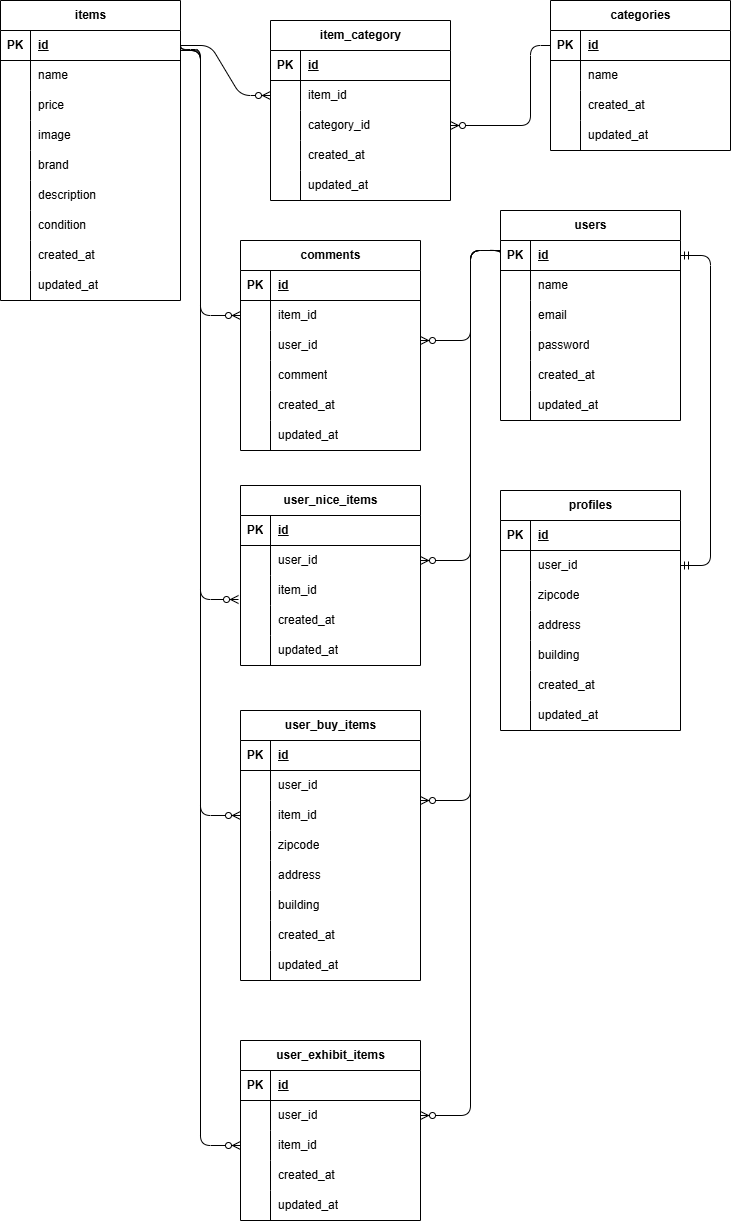
shinzawa/tsutomu-mogi1 keeps this draw.io diagram as ER.drawio.png. Above is the earlier version. Source tidied: cells renumbered, new cells last; positions are measured from the earlier drawing's top-left corner, leaving out a move shared by most shapes.
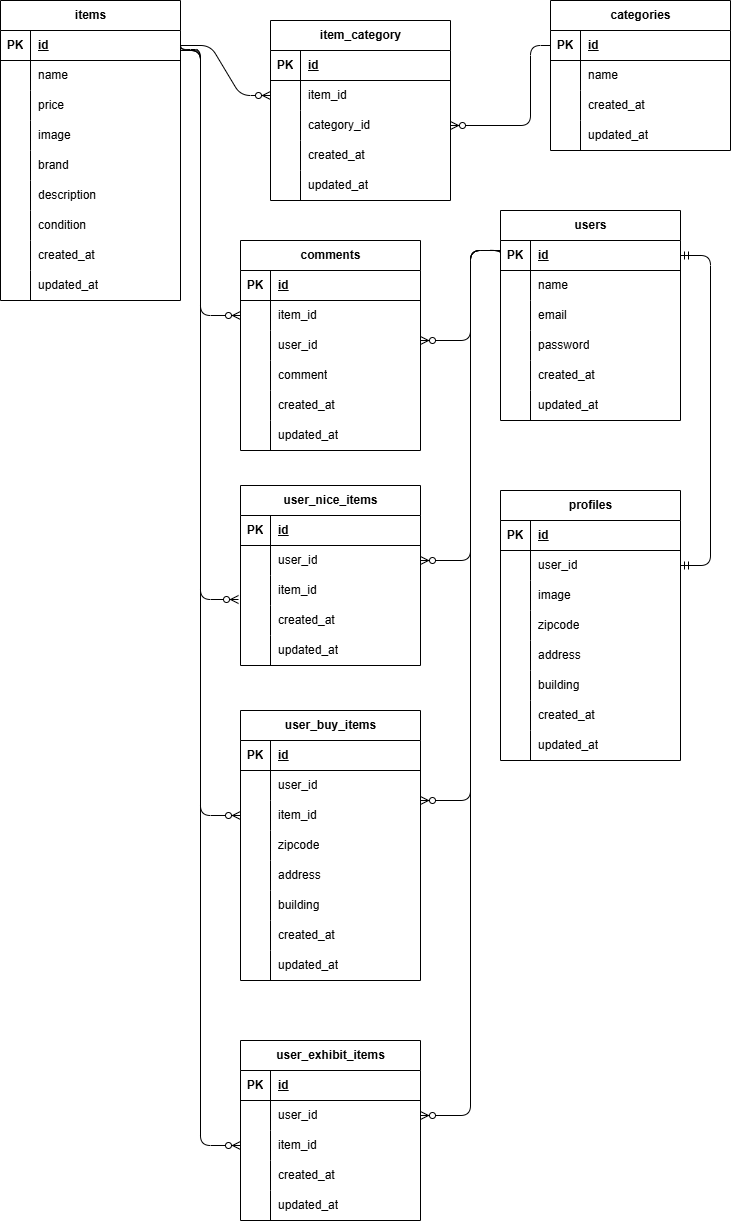
After the commit.

The edit, as a diff of the source:
```diff
@@ -242,7 +242,7 @@
       <mxGeometry x="30" width="150" height="30" as="geometry" />
     </mxCell>
     <mxCell id="80" value="profiles" style="shape=table;startSize=30;rowLines=0;fontStyle=1;align=center;html=1;" parent="1" vertex="1">
-      <mxGeometry x="500" y="490" width="180" height="240" as="geometry" />
+      <mxGeometry x="500" y="490" width="180" height="270" as="geometry" />
     </mxCell>
     <mxCell id="81" style="shape=tableRow;horizontal=0;startSize=0;swimlaneHead=0;swimlaneBody=0;fillColor=none;top=0;left=0;right=0;bottom=1;" parent="80" vertex="1">
       <mxGeometry y="30" width="180" height="30" as="geometry" />
@@ -268,45 +268,54 @@
     <mxCell id="88" style="shape=partialRectangle;fillColor=none;top=0;left=0;bottom=0;right=0;overflow=hidden;whiteSpace=wrap;html=1;" parent="87" vertex="1">
       <mxGeometry width="30" height="30" as="geometry" />
     </mxCell>
-    <mxCell id="89" value="zipcode" style="shape=partialRectangle;fillColor=none;top=0;left=0;bottom=0;right=0;align=left;spacingLeft=6;overflow=hidden;whiteSpace=wrap;html=1;" parent="87" vertex="1">
+    <mxCell id="89" value="image" style="shape=partialRectangle;fillColor=none;top=0;left=0;bottom=0;right=0;align=left;spacingLeft=6;overflow=hidden;whiteSpace=wrap;html=1;" parent="87" vertex="1">
       <mxGeometry x="30" width="150" height="30" as="geometry" />
     </mxCell>
-    <mxCell id="90" style="shape=tableRow;horizontal=0;startSize=0;swimlaneHead=0;swimlaneBody=0;fillColor=none;top=0;left=0;right=0;bottom=0;" parent="80" vertex="1">
-      <mxGeometry y="120" width="180" height="30" as="geometry" />
-    </mxCell>
-    <mxCell id="91" style="shape=partialRectangle;fillColor=none;top=0;left=0;bottom=0;right=0;overflow=hidden;whiteSpace=wrap;html=1;" parent="90" vertex="1">
-      <mxGeometry width="30" height="30" as="geometry" />
-    </mxCell>
-    <mxCell id="92" value="address" style="shape=partialRectangle;fillColor=none;top=0;left=0;bottom=0;right=0;align=left;spacingLeft=6;overflow=hidden;whiteSpace=wrap;html=1;" parent="90" vertex="1">
-      <mxGeometry x="30" width="150" height="30" as="geometry" />
-    </mxCell>
-    <mxCell id="93" style="shape=tableRow;horizontal=0;startSize=0;swimlaneHead=0;swimlaneBody=0;fillColor=none;top=0;left=0;right=0;bottom=0;" parent="80" vertex="1">
-      <mxGeometry y="150" width="180" height="30" as="geometry" />
-    </mxCell>
-    <mxCell id="94" style="shape=partialRectangle;fillColor=none;top=0;left=0;bottom=0;right=0;overflow=hidden;whiteSpace=wrap;html=1;" parent="93" vertex="1">
-      <mxGeometry width="30" height="30" as="geometry" />
-    </mxCell>
-    <mxCell id="95" value="building" style="shape=partialRectangle;fillColor=none;top=0;left=0;bottom=0;right=0;align=left;spacingLeft=6;overflow=hidden;whiteSpace=wrap;html=1;" parent="93" vertex="1">
-      <mxGeometry x="30" width="150" height="30" as="geometry" />
-    </mxCell>
     <mxCell id="96" style="shape=tableRow;horizontal=0;startSize=0;swimlaneHead=0;swimlaneBody=0;fillColor=none;top=0;left=0;right=0;bottom=0;" parent="80" vertex="1">
-      <mxGeometry y="180" width="180" height="30" as="geometry" />
+      <mxGeometry y="120" width="180" height="30" as="geometry" />
     </mxCell>
     <mxCell id="97" style="shape=partialRectangle;fillColor=none;top=0;left=0;bottom=0;right=0;overflow=hidden;whiteSpace=wrap;html=1;" parent="96" vertex="1">
       <mxGeometry width="30" height="30" as="geometry" />
     </mxCell>
-    <mxCell id="98" value="created_at" style="shape=partialRectangle;fillColor=none;top=0;left=0;bottom=0;right=0;align=left;spacingLeft=6;overflow=hidden;whiteSpace=wrap;html=1;" parent="96" vertex="1">
+    <mxCell id="98" value="zipcode" style="shape=partialRectangle;fillColor=none;top=0;left=0;bottom=0;right=0;align=left;spacingLeft=6;overflow=hidden;whiteSpace=wrap;html=1;" parent="96" vertex="1">
       <mxGeometry x="30" width="150" height="30" as="geometry" />
     </mxCell>
     <mxCell id="99" style="shape=tableRow;horizontal=0;startSize=0;swimlaneHead=0;swimlaneBody=0;fillColor=none;top=0;left=0;right=0;bottom=0;" parent="80" vertex="1">
-      <mxGeometry y="210" width="180" height="30" as="geometry" />
+      <mxGeometry y="150" width="180" height="30" as="geometry" />
     </mxCell>
     <mxCell id="100" style="shape=partialRectangle;fillColor=none;top=0;left=0;bottom=0;right=0;overflow=hidden;whiteSpace=wrap;html=1;" parent="99" vertex="1">
       <mxGeometry width="30" height="30" as="geometry" />
     </mxCell>
-    <mxCell id="101" value="updated_at" style="shape=partialRectangle;fillColor=none;top=0;left=0;bottom=0;right=0;align=left;spacingLeft=6;overflow=hidden;whiteSpace=wrap;html=1;" parent="99" vertex="1">
+    <mxCell id="101" value="address" style="shape=partialRectangle;fillColor=none;top=0;left=0;bottom=0;right=0;align=left;spacingLeft=6;overflow=hidden;whiteSpace=wrap;html=1;" parent="99" vertex="1">
       <mxGeometry x="30" width="150" height="30" as="geometry" />
     </mxCell>
+    <mxCell id="187" style="shape=tableRow;horizontal=0;startSize=0;swimlaneHead=0;swimlaneBody=0;fillColor=none;top=0;left=0;right=0;bottom=0;" parent="80" vertex="1">
+      <mxGeometry y="180" width="180" height="30" as="geometry" />
+    </mxCell>
+    <mxCell id="188" style="shape=partialRectangle;fillColor=none;top=0;left=0;bottom=0;right=0;overflow=hidden;whiteSpace=wrap;html=1;" parent="187" vertex="1">
+      <mxGeometry width="30" height="30" as="geometry" />
+    </mxCell>
+    <mxCell id="95" value="building" style="shape=partialRectangle;fillColor=none;top=0;left=0;bottom=0;right=0;align=left;spacingLeft=6;overflow=hidden;whiteSpace=wrap;html=1;" parent="187" vertex="1">
+      <mxGeometry x="30" width="150" height="30" as="geometry" />
+    </mxCell>
+    <mxCell id="189" style="shape=tableRow;horizontal=0;startSize=0;swimlaneHead=0;swimlaneBody=0;fillColor=none;top=0;left=0;right=0;bottom=0;" parent="80" vertex="1">
+      <mxGeometry y="210" width="180" height="30" as="geometry" />
+    </mxCell>
+    <mxCell id="190" style="shape=partialRectangle;fillColor=none;top=0;left=0;bottom=0;right=0;overflow=hidden;whiteSpace=wrap;html=1;" parent="189" vertex="1">
+      <mxGeometry width="30" height="30" as="geometry" />
+    </mxCell>
+    <mxCell id="191" value="created_at" style="shape=partialRectangle;fillColor=none;top=0;left=0;bottom=0;right=0;align=left;spacingLeft=6;overflow=hidden;whiteSpace=wrap;html=1;" parent="189" vertex="1">
+      <mxGeometry x="30" width="150" height="30" as="geometry" />
+    </mxCell>
+    <mxCell id="192" style="shape=tableRow;horizontal=0;startSize=0;swimlaneHead=0;swimlaneBody=0;fillColor=none;top=0;left=0;right=0;bottom=0;" parent="80" vertex="1">
+      <mxGeometry y="240" width="180" height="30" as="geometry" />
+    </mxCell>
+    <mxCell id="193" style="shape=partialRectangle;fillColor=none;top=0;left=0;bottom=0;right=0;overflow=hidden;whiteSpace=wrap;html=1;" parent="192" vertex="1">
+      <mxGeometry width="30" height="30" as="geometry" />
+    </mxCell>
+    <mxCell id="194" value="updated_at" style="shape=partialRectangle;fillColor=none;top=0;left=0;bottom=0;right=0;align=left;spacingLeft=6;overflow=hidden;whiteSpace=wrap;html=1;" parent="192" vertex="1">
+      <mxGeometry x="30" width="150" height="30" as="geometry" />
+    </mxCell>
     <mxCell id="102" value="comments" style="shape=table;startSize=30;rowLines=0;fontStyle=1;align=center;html=1;" parent="1" vertex="1">
       <mxGeometry x="240" y="240" width="180" height="210" as="geometry" />
     </mxCell>
```
